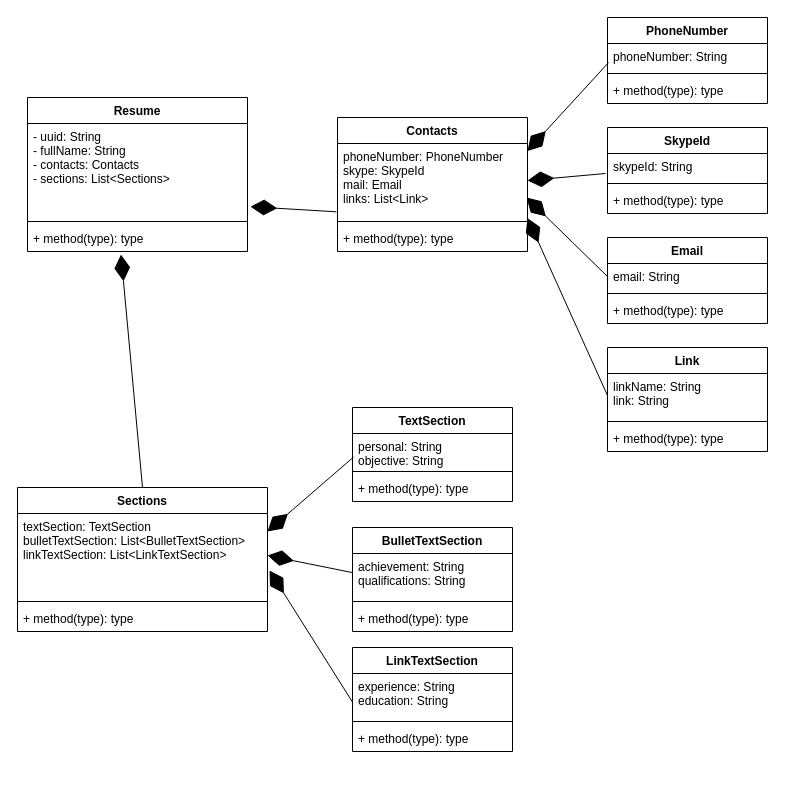
This is Untitled Diagram.drawio from yarmoiseev/basejava, a draw.io file, before an edit. Source tidied: cells renumbered, new cells numbered last; positions are measured from the earlier drawing's top-left corner, leaving out a move shared by most shapes. Both pictures are drawn from the tidied source at 100%, with x=0, y=0 at pixel (17, 17).
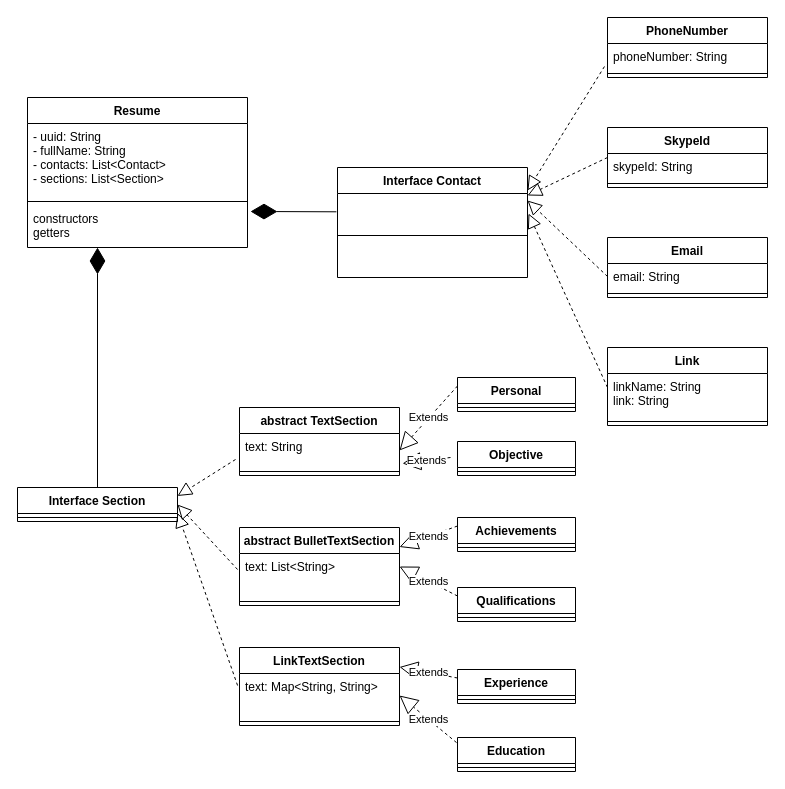
Above is the later version.

Unchanged cells that the change refers to:
```xml
<mxCell id="17" value="phoneNumber: String" style="text;strokeColor=none;fillColor=none;align=left;verticalAlign=top;spacingLeft=4;spacingRight=4;overflow=hidden;points=[[0,0.5],[1,0.5]];portConstraint=eastwest;" parent="16" vertex="1">
  <mxGeometry y="26" width="160" height="26" as="geometry" />
</mxCell>
<mxCell id="21" value="skypeId: String" style="text;strokeColor=none;fillColor=none;align=left;verticalAlign=top;spacingLeft=4;spacingRight=4;overflow=hidden;points=[[0,0.5],[1,0.5]];portConstraint=eastwest;" parent="20" vertex="1">
  <mxGeometry y="26" width="160" height="26" as="geometry" />
</mxCell>
<mxCell id="25" value="email: String" style="text;strokeColor=none;fillColor=none;align=left;verticalAlign=top;spacingLeft=4;spacingRight=4;overflow=hidden;points=[[0,0.5],[1,0.5]];portConstraint=eastwest;" parent="24" vertex="1">
  <mxGeometry y="26" width="160" height="26" as="geometry" />
</mxCell>
<mxCell id="29" value="linkName: String&#10;link: String" style="text;strokeColor=none;fillColor=none;align=left;verticalAlign=top;spacingLeft=4;spacingRight=4;overflow=hidden;points=[[0,0.5],[1,0.5]];portConstraint=eastwest;" parent="28" vertex="1">
  <mxGeometry y="26" width="160" height="44" as="geometry" />
</mxCell>
```

The edit, as a diff of the source:
```diff
@@
     <mxCell id="2" value="Resume" style="swimlane;fontStyle=1;align=center;verticalAlign=top;horizontal=1;startSize=26;" parent="1" vertex="1">
-      <mxGeometry x="10" y="80" width="220" height="154" as="geometry" />
+      <mxGeometry x="10" y="80" width="220" height="150" as="geometry" />
     </mxCell>
-    <mxCell id="3" value="- uuid: String&#10;- fullName: String&#10;- contacts: Contacts&#10;- sections: List&lt;Sections&gt;&#10;" style="text;strokeColor=none;fillColor=none;align=left;verticalAlign=top;spacingLeft=4;spacingRight=4;overflow=hidden;points=[[0,0.5],[1,0.5]];portConstraint=eastwest;" parent="2" vertex="1">
-      <mxGeometry y="26" width="220" height="94" as="geometry" />
+    <mxCell id="3" value="- uuid: String&#10;- fullName: String&#10;- contacts: List&lt;Contact&gt;&#10;- sections: List&lt;Section&gt;&#10;" style="text;strokeColor=none;fillColor=none;align=left;verticalAlign=top;spacingLeft=4;spacingRight=4;overflow=hidden;points=[[0,0.5],[1,0.5]];portConstraint=eastwest;" parent="2" vertex="1">
+      <mxGeometry y="26" width="220" height="74" as="geometry" />
     </mxCell>
     <mxCell id="4" style="line;strokeWidth=1;fillColor=none;align=left;verticalAlign=middle;spacingTop=-1;spacingLeft=3;spacingRight=3;labelPosition=right;" parent="2" vertex="1">
-      <mxGeometry y="120" width="220" height="8" as="geometry" />
+      <mxGeometry y="100" width="220" height="8" as="geometry" />
     </mxCell>
-    <mxCell id="5" value="+ method(type): type" style="text;strokeColor=none;fillColor=none;align=left;verticalAlign=top;spacingLeft=4;spacingRight=4;overflow=hidden;points=[[0,0.5],[1,0.5]];portConstraint=eastwest;" parent="2" vertex="1">
-      <mxGeometry y="128" width="220" height="26" as="geometry" />
+    <mxCell id="5" value="constructors&#10;getters" style="text;strokeColor=none;fillColor=none;align=left;verticalAlign=top;spacingLeft=4;spacingRight=4;overflow=hidden;points=[[0,0.5],[1,0.5]];portConstraint=eastwest;" parent="2" vertex="1">
+      <mxGeometry y="108" width="220" height="42" as="geometry" />
     </mxCell>
-    <mxCell id="6" value="Contacts" style="swimlane;fontStyle=1;align=center;verticalAlign=top;horizontal=1;startSize=26;" parent="1" vertex="1">
-      <mxGeometry x="320" y="100" width="190" height="134" as="geometry" />
+    <mxCell id="6" value="Interface Contact" style="swimlane;fontStyle=1;align=center;verticalAlign=top;horizontal=1;startSize=26;" parent="1" vertex="1">
+      <mxGeometry x="320" y="150" width="190" height="110" as="geometry" />
     </mxCell>
-    <mxCell id="7" value="phoneNumber: PhoneNumber&#10;skype: SkypeId&#10;mail: Email&#10;links: List&lt;Link&gt;&#10;" style="text;strokeColor=none;fillColor=none;align=left;verticalAlign=top;spacingLeft=4;spacingRight=4;overflow=hidden;points=[[0,0.5],[1,0.5]];portConstraint=eastwest;" parent="6" vertex="1">
-      <mxGeometry y="26" width="190" height="74" as="geometry" />
-    </mxCell>
     <mxCell id="8" style="line;strokeWidth=1;fillColor=none;align=left;verticalAlign=middle;spacingTop=-1;spacingLeft=3;spacingRight=3;labelPosition=right;" parent="6" vertex="1">
-      <mxGeometry y="100" width="190" height="8" as="geometry" />
+      <mxGeometry y="26" width="190" height="84" as="geometry" />
     </mxCell>
-    <mxCell id="9" value="+ method(type): type" style="text;strokeColor=none;fillColor=none;align=left;verticalAlign=top;spacingLeft=4;spacingRight=4;overflow=hidden;" parent="6" vertex="1">
-      <mxGeometry y="108" width="190" height="26" as="geometry" />
-    </mxCell>
-    <mxCell id="10" value="Sections" style="swimlane;fontStyle=1;align=center;verticalAlign=top;horizontal=1;startSize=26;" parent="1" vertex="1">
-      <mxGeometry y="470" width="250" height="144" as="geometry" />
+    <mxCell id="10" value="Interface Section" style="swimlane;fontStyle=1;align=center;verticalAlign=top;horizontal=1;startSize=26;" parent="1" vertex="1">
+      <mxGeometry y="470" width="160" height="34" as="geometry" />
     </mxCell>
-    <mxCell id="11" value="textSection: TextSection&#10;bulletTextSection: List&lt;BulletTextSection&gt;&#10;linkTextSection: List&lt;LinkTextSection&gt;&#10;&#10;" style="text;strokeColor=none;fillColor=none;align=left;verticalAlign=top;spacingLeft=4;spacingRight=4;overflow=hidden;points=[[0,0.5],[1,0.5]];portConstraint=eastwest;" parent="10" vertex="1">
-      <mxGeometry y="26" width="250" height="84" as="geometry" />
-    </mxCell>
     <mxCell id="12" style="line;strokeWidth=1;fillColor=none;align=left;verticalAlign=middle;spacingTop=-1;spacingLeft=3;spacingRight=3;labelPosition=right;" parent="10" vertex="1">
-      <mxGeometry y="110" width="250" height="8" as="geometry" />
+      <mxGeometry y="26" width="160" height="8" as="geometry" />
     </mxCell>
-    <mxCell id="13" value="+ method(type): type" style="text;strokeColor=none;fillColor=none;align=left;verticalAlign=top;spacingLeft=4;spacingRight=4;overflow=hidden;" parent="10" vertex="1">
-      <mxGeometry y="118" width="250" height="26" as="geometry" />
-    </mxCell>
-    <mxCell id="14" style="endArrow=diamondThin;endFill=1;endSize=24;html=1;rounded=0;exitX=0.5;exitY=0;exitDx=0;exitDy=0;entryX=0.425;entryY=1.115;entryDx=0;entryDy=0;entryPerimeter=0;" parent="1" edge="1" source="10" target="5">
-      <mxGeometry relative="1" as="geometry" />
+    <mxCell id="14" style="endArrow=diamondThin;endFill=1;endSize=24;html=1;rounded=0;exitX=0.5;exitY=0;exitDx=0;exitDy=0;" parent="1" edge="1" source="10">
+      <mxGeometry relative="1" as="geometry">
+        <mxPoint x="80" y="230" as="targetPoint" />
+      </mxGeometry>
     </mxCell>
-    <mxCell id="15" style="endArrow=diamondThin;endFill=1;endSize=24;html=1;rounded=0;entryX=1.013;entryY=0.885;entryDx=0;entryDy=0;entryPerimeter=0;exitX=-0.006;exitY=0.923;exitDx=0;exitDy=0;exitPerimeter=0;" parent="1" edge="1" source="7" target="3">
-      <mxGeometry relative="1" as="geometry" />
+    <mxCell id="15" style="endArrow=diamondThin;endFill=1;endSize=24;html=1;rounded=0;exitX=-0.006;exitY=0.923;exitDx=0;exitDy=0;exitPerimeter=0;" parent="1" edge="1">
+      <mxGeometry relative="1" as="geometry">
+        <mxPoint x="318.9" y="194.3" as="sourcePoint" />
+        <mxPoint x="233" y="194" as="targetPoint" />
+      </mxGeometry>
     </mxCell>
     <mxCell id="16" value="PhoneNumber" style="swimlane;fontStyle=1;align=center;verticalAlign=top;horizontal=1;startSize=26;" parent="1" vertex="1">
-      <mxGeometry x="590" width="160" height="86" as="geometry" />
+      <mxGeometry x="590" width="160" height="60" as="geometry" />
     </mxCell>
@@
-    <mxCell id="19" value="+ method(type): type" style="text;strokeColor=none;fillColor=none;align=left;verticalAlign=top;spacingLeft=4;spacingRight=4;overflow=hidden;" parent="16" vertex="1">
-      <mxGeometry y="60" width="160" height="26" as="geometry" />
-    </mxCell>
     <mxCell id="20" value="SkypeId" style="swimlane;fontStyle=1;align=center;verticalAlign=top;horizontal=1;startSize=26;" parent="1" vertex="1">
-      <mxGeometry x="590" y="110" width="160" height="86" as="geometry" />
+      <mxGeometry x="590" y="110" width="160" height="60" as="geometry" />
     </mxCell>
@@
-    <mxCell id="23" value="+ method(type): type" style="text;strokeColor=none;fillColor=none;align=left;verticalAlign=top;spacingLeft=4;spacingRight=4;overflow=hidden;" parent="20" vertex="1">
-      <mxGeometry y="60" width="160" height="26" as="geometry" />
-    </mxCell>
     <mxCell id="24" value="Email" style="swimlane;fontStyle=1;align=center;verticalAlign=top;horizontal=1;startSize=26;" parent="1" vertex="1">
-      <mxGeometry x="590" y="220" width="160" height="86" as="geometry" />
+      <mxGeometry x="590" y="220" width="160" height="60" as="geometry" />
     </mxCell>
@@
-    <mxCell id="27" value="+ method(type): type" style="text;strokeColor=none;fillColor=none;align=left;verticalAlign=top;spacingLeft=4;spacingRight=4;overflow=hidden;" parent="24" vertex="1">
-      <mxGeometry y="60" width="160" height="26" as="geometry" />
-    </mxCell>
     <mxCell id="28" value="Link" style="swimlane;fontStyle=1;align=center;verticalAlign=top;horizontal=1;startSize=26;" parent="1" vertex="1">
-      <mxGeometry x="590" y="330" width="160" height="104" as="geometry" />
+      <mxGeometry x="590" y="330" width="160" height="78" as="geometry" />
     </mxCell>
@@
-    <mxCell id="31" value="+ method(type): type" style="text;strokeColor=none;fillColor=none;align=left;verticalAlign=top;spacingLeft=4;spacingRight=4;overflow=hidden;" parent="28" vertex="1">
-      <mxGeometry y="78" width="160" height="26" as="geometry" />
-    </mxCell>
-    <mxCell id="32" style="endArrow=diamondThin;endFill=1;endSize=24;html=1;rounded=0;entryX=1;entryY=0.25;entryDx=0;entryDy=0;exitX=-0.006;exitY=0.923;exitDx=0;exitDy=0;exitPerimeter=0;" parent="1" edge="1" target="6">
-      <mxGeometry relative="1" as="geometry">
-        <mxPoint x="591" y="45.1" as="sourcePoint" />
-      </mxGeometry>
-    </mxCell>
-    <mxCell id="33" style="endArrow=diamondThin;endFill=1;endSize=24;html=1;rounded=0;entryX=1;entryY=0.5;entryDx=0;entryDy=0;exitX=-0.012;exitY=0.769;exitDx=0;exitDy=0;exitPerimeter=0;" parent="1" edge="1" source="21" target="7">
-      <mxGeometry relative="1" as="geometry" />
-    </mxCell>
-    <mxCell id="34" style="endArrow=diamondThin;endFill=1;endSize=24;html=1;rounded=0;entryX=0.995;entryY=0.73;entryDx=0;entryDy=0;exitX=0;exitY=0.5;exitDx=0;exitDy=0;entryPerimeter=0;" parent="1" edge="1" source="25" target="7">
-      <mxGeometry relative="1" as="geometry" />
-    </mxCell>
-    <mxCell id="35" style="endArrow=diamondThin;endFill=1;endSize=24;html=1;rounded=0;entryX=1;entryY=0.75;entryDx=0;entryDy=0;exitX=0;exitY=0.5;exitDx=0;exitDy=0;" parent="1" edge="1" source="29" target="6">
-      <mxGeometry relative="1" as="geometry" />
-    </mxCell>
     <mxCell id="36" value="LinkTextSection" style="swimlane;fontStyle=1;align=center;verticalAlign=top;horizontal=1;startSize=26;" parent="1" vertex="1">
-      <mxGeometry x="335" y="630" width="160" height="104" as="geometry" />
+      <mxGeometry x="222" y="630" width="160" height="78" as="geometry" />
     </mxCell>
-    <mxCell id="37" value="experience: String&#10;education: String" style="text;strokeColor=none;fillColor=none;align=left;verticalAlign=top;spacingLeft=4;spacingRight=4;overflow=hidden;points=[[0,0.5],[1,0.5]];portConstraint=eastwest;" parent="36" vertex="1">
+    <mxCell id="37" value="text: Map&lt;String, String&gt;" style="text;strokeColor=none;fillColor=none;align=left;verticalAlign=top;spacingLeft=4;spacingRight=4;overflow=hidden;points=[[0,0.5],[1,0.5]];portConstraint=eastwest;" parent="36" vertex="1">
       <mxGeometry y="26" width="160" height="44" as="geometry" />
     </mxCell>
@@
-    <mxCell id="39" value="+ method(type): type" style="text;strokeColor=none;fillColor=none;align=left;verticalAlign=top;spacingLeft=4;spacingRight=4;overflow=hidden;" parent="36" vertex="1">
-      <mxGeometry y="78" width="160" height="26" as="geometry" />
-    </mxCell>
-    <mxCell id="40" value="BulletTextSection" style="swimlane;fontStyle=1;align=center;verticalAlign=top;horizontal=1;startSize=26;" parent="1" vertex="1">
-      <mxGeometry x="335" y="510" width="160" height="104" as="geometry" />
+    <mxCell id="40" value="abstract BulletTextSection" style="swimlane;fontStyle=1;align=center;verticalAlign=top;horizontal=1;startSize=26;" parent="1" vertex="1">
+      <mxGeometry x="222" y="510" width="160" height="78" as="geometry" />
     </mxCell>
-    <mxCell id="41" value="achievement: String&#10;qualifications: String" style="text;strokeColor=none;fillColor=none;align=left;verticalAlign=top;spacingLeft=4;spacingRight=4;overflow=hidden;points=[[0,0.5],[1,0.5]];portConstraint=eastwest;" parent="40" vertex="1">
+    <mxCell id="41" value="text: List&lt;String&gt;" style="text;strokeColor=none;fillColor=none;align=left;verticalAlign=top;spacingLeft=4;spacingRight=4;overflow=hidden;points=[[0,0.5],[1,0.5]];portConstraint=eastwest;" parent="40" vertex="1">
       <mxGeometry y="26" width="160" height="44" as="geometry" />
     </mxCell>
@@
-    <mxCell id="43" value="+ method(type): type" style="text;strokeColor=none;fillColor=none;align=left;verticalAlign=top;spacingLeft=4;spacingRight=4;overflow=hidden;" parent="40" vertex="1">
-      <mxGeometry y="78" width="160" height="26" as="geometry" />
-    </mxCell>
-    <mxCell id="44" value="TextSection" style="swimlane;fontStyle=1;align=center;verticalAlign=top;horizontal=1;startSize=26;" parent="1" vertex="1">
-      <mxGeometry x="335" y="390" width="160" height="94" as="geometry" />
+    <mxCell id="44" value="abstract TextSection" style="swimlane;fontStyle=1;align=center;verticalAlign=top;horizontal=1;startSize=26;" parent="1" vertex="1">
+      <mxGeometry x="222" y="390" width="160" height="68" as="geometry" />
     </mxCell>
-    <mxCell id="45" value="personal: String&#10;objective: String" style="text;strokeColor=none;fillColor=none;align=left;verticalAlign=top;spacingLeft=4;spacingRight=4;overflow=hidden;points=[[0,0.5],[1,0.5]];portConstraint=eastwest;" parent="44" vertex="1">
+    <mxCell id="45" value="text: String" style="text;strokeColor=none;fillColor=none;align=left;verticalAlign=top;spacingLeft=4;spacingRight=4;overflow=hidden;points=[[0,0.5],[1,0.5]];portConstraint=eastwest;" parent="44" vertex="1">
       <mxGeometry y="26" width="160" height="34" as="geometry" />
     </mxCell>
@@
-    <mxCell id="47" value="+ method(type): type" style="text;strokeColor=none;fillColor=none;align=left;verticalAlign=top;spacingLeft=4;spacingRight=4;overflow=hidden;" parent="44" vertex="1">
-      <mxGeometry y="68" width="160" height="26" as="geometry" />
-    </mxCell>
-    <mxCell id="48" style="endArrow=diamondThin;endFill=1;endSize=24;html=1;rounded=0;entryX=1;entryY=0.214;entryDx=0;entryDy=0;entryPerimeter=0;exitX=-0.006;exitY=0.923;exitDx=0;exitDy=0;exitPerimeter=0;" parent="1" edge="1" target="11">
-      <mxGeometry relative="1" as="geometry">
-        <mxPoint x="336" y="439.6" as="sourcePoint" />
-      </mxGeometry>
-    </mxCell>
-    <mxCell id="49" style="endArrow=diamondThin;endFill=1;endSize=24;html=1;rounded=0;exitX=-0.006;exitY=0.923;exitDx=0;exitDy=0;exitPerimeter=0;entryX=1;entryY=0.5;entryDx=0;entryDy=0;" parent="1" edge="1" target="11">
-      <mxGeometry relative="1" as="geometry">
-        <mxPoint x="335" y="555.1" as="sourcePoint" />
-      </mxGeometry>
-    </mxCell>
-    <mxCell id="50" style="endArrow=diamondThin;endFill=1;endSize=24;html=1;rounded=0;entryX=1.008;entryY=0.679;entryDx=0;entryDy=0;entryPerimeter=0;exitX=-0.006;exitY=0.923;exitDx=0;exitDy=0;exitPerimeter=0;" parent="1" edge="1" target="11">
-      <mxGeometry relative="1" as="geometry">
-        <mxPoint x="335" y="684.6" as="sourcePoint" />
-      </mxGeometry>
-    </mxCell>
+    <mxCell id="51" style="endArrow=block;dashed=1;endFill=0;endSize=12;html=1;rounded=0;entryX=1;entryY=0.635;entryDx=0;entryDy=0;entryPerimeter=0;exitX=-0.019;exitY=0.885;exitDx=0;exitDy=0;exitPerimeter=0;" parent="1" edge="1" source="17">
+      <mxGeometry relative="1" as="geometry">
+        <mxPoint x="510" y="173" as="targetPoint" />
+      </mxGeometry>
+    </mxCell>
+    <mxCell id="52" style="endArrow=block;dashed=1;endFill=0;endSize=12;html=1;rounded=0;entryX=1;entryY=0.703;entryDx=0;entryDy=0;entryPerimeter=0;exitX=0;exitY=0.5;exitDx=0;exitDy=0;" parent="1" edge="1" source="20">
+      <mxGeometry relative="1" as="geometry">
+        <mxPoint x="510" y="178" as="targetPoint" />
+      </mxGeometry>
+    </mxCell>
+    <mxCell id="53" style="endArrow=block;dashed=1;endFill=0;endSize=12;html=1;rounded=0;entryX=1;entryY=0.77;entryDx=0;entryDy=0;entryPerimeter=0;exitX=0;exitY=0.5;exitDx=0;exitDy=0;" parent="1" edge="1" source="25">
+      <mxGeometry relative="1" as="geometry">
+        <mxPoint x="510" y="183" as="targetPoint" />
+      </mxGeometry>
+    </mxCell>
+    <mxCell id="54" style="endArrow=block;dashed=1;endFill=0;endSize=12;html=1;rounded=0;exitX=0;exitY=0.318;exitDx=0;exitDy=0;exitPerimeter=0;entryX=1.005;entryY=0.946;entryDx=0;entryDy=0;entryPerimeter=0;" parent="1" edge="1" source="29">
+      <mxGeometry relative="1" as="geometry">
+        <mxPoint x="511" y="196" as="targetPoint" />
+      </mxGeometry>
+    </mxCell>
+    <mxCell id="55" value="Education" style="swimlane;fontStyle=1;align=center;verticalAlign=top;horizontal=1;startSize=26;" parent="1" vertex="1">
+      <mxGeometry x="440" y="720" width="118" height="34" as="geometry" />
+    </mxCell>
+    <mxCell id="56" style="line;strokeWidth=1;fillColor=none;align=left;verticalAlign=middle;spacingTop=-1;spacingLeft=3;spacingRight=3;labelPosition=right;" parent="55" vertex="1">
+      <mxGeometry y="26" width="118" height="8" as="geometry" />
+    </mxCell>
+    <mxCell id="57" value="Achievements" style="swimlane;fontStyle=1;align=center;verticalAlign=top;horizontal=1;startSize=26;" parent="1" vertex="1">
+      <mxGeometry x="440" y="500" width="118" height="34" as="geometry" />
+    </mxCell>
+    <mxCell id="58" style="line;strokeWidth=1;fillColor=none;align=left;verticalAlign=middle;spacingTop=-1;spacingLeft=3;spacingRight=3;labelPosition=right;" parent="57" vertex="1">
+      <mxGeometry y="26" width="118" height="8" as="geometry" />
+    </mxCell>
+    <mxCell id="59" value="Personal" style="swimlane;fontStyle=1;align=center;verticalAlign=top;horizontal=1;startSize=26;" parent="1" vertex="1">
+      <mxGeometry x="440" y="360" width="118" height="34" as="geometry" />
+    </mxCell>
+    <mxCell id="60" style="line;strokeWidth=1;fillColor=none;align=left;verticalAlign=middle;spacingTop=-1;spacingLeft=3;spacingRight=3;labelPosition=right;" parent="59" vertex="1">
+      <mxGeometry y="26" width="118" height="8" as="geometry" />
+    </mxCell>
+    <mxCell id="61" value="Objective" style="swimlane;fontStyle=1;align=center;verticalAlign=top;horizontal=1;startSize=26;" parent="1" vertex="1">
+      <mxGeometry x="440" y="424" width="118" height="34" as="geometry" />
+    </mxCell>
+    <mxCell id="62" style="line;strokeWidth=1;fillColor=none;align=left;verticalAlign=middle;spacingTop=-1;spacingLeft=3;spacingRight=3;labelPosition=right;" parent="61" vertex="1">
+      <mxGeometry y="26" width="118" height="8" as="geometry" />
+    </mxCell>
+    <mxCell id="63" value="Qualifications" style="swimlane;fontStyle=1;align=center;verticalAlign=top;horizontal=1;startSize=26;" parent="1" vertex="1">
+      <mxGeometry x="440" y="570" width="118" height="34" as="geometry" />
+    </mxCell>
+    <mxCell id="64" style="line;strokeWidth=1;fillColor=none;align=left;verticalAlign=middle;spacingTop=-1;spacingLeft=3;spacingRight=3;labelPosition=right;" parent="63" vertex="1">
+      <mxGeometry y="26" width="118" height="8" as="geometry" />
+    </mxCell>
+    <mxCell id="65" value="Experience" style="swimlane;fontStyle=1;align=center;verticalAlign=top;horizontal=1;startSize=26;" parent="1" vertex="1">
+      <mxGeometry x="440" y="652" width="118" height="34" as="geometry" />
+    </mxCell>
+    <mxCell id="66" style="line;strokeWidth=1;fillColor=none;align=left;verticalAlign=middle;spacingTop=-1;spacingLeft=3;spacingRight=3;labelPosition=right;" parent="65" vertex="1">
+      <mxGeometry y="26" width="118" height="8" as="geometry" />
+    </mxCell>
+    <mxCell id="67" style="endArrow=block;dashed=1;endFill=0;endSize=12;html=1;rounded=0;exitX=-0.025;exitY=0.765;exitDx=0;exitDy=0;exitPerimeter=0;entryX=1;entryY=0.25;entryDx=0;entryDy=0;" parent="1" edge="1" source="45" target="10">
+      <mxGeometry relative="1" as="geometry" />
+    </mxCell>
+    <mxCell id="68" style="endArrow=block;dashed=1;endFill=0;endSize=12;html=1;rounded=0;exitX=-0.012;exitY=0.364;exitDx=0;exitDy=0;exitPerimeter=0;entryX=1;entryY=0.5;entryDx=0;entryDy=0;" parent="1" edge="1" source="41" target="10">
+      <mxGeometry relative="1" as="geometry" />
+    </mxCell>
+    <mxCell id="69" style="endArrow=block;dashed=1;endFill=0;endSize=12;html=1;rounded=0;exitX=-0.012;exitY=0.273;exitDx=0;exitDy=0;exitPerimeter=0;entryX=1;entryY=0.75;entryDx=0;entryDy=0;" parent="1" edge="1" source="37" target="10">
+      <mxGeometry relative="1" as="geometry" />
+    </mxCell>
+    <mxCell id="70" value="Extends" style="endArrow=block;endSize=16;endFill=0;html=1;rounded=0;dashed=1;exitX=0;exitY=0.25;exitDx=0;exitDy=0;entryX=1;entryY=0.5;entryDx=0;entryDy=0;" parent="1" edge="1" source="59" target="45">
+      <mxGeometry relative="1" as="geometry" />
+    </mxCell>
+    <mxCell id="71" value="Extends" style="endArrow=block;endSize=16;endFill=0;html=1;rounded=0;dashed=1;entryX=1.019;entryY=0.882;entryDx=0;entryDy=0;entryPerimeter=0;" parent="1" edge="1" target="45">
+      <mxGeometry relative="1" as="geometry">
+        <mxPoint x="433" y="440" as="sourcePoint" />
+      </mxGeometry>
+    </mxCell>
+    <mxCell id="72" value="Extends" style="endArrow=block;endSize=16;endFill=0;html=1;rounded=0;dashed=1;entryX=1;entryY=0.25;entryDx=0;entryDy=0;exitX=0;exitY=0.25;exitDx=0;exitDy=0;" parent="1" edge="1" source="57" target="40">
+      <mxGeometry relative="1" as="geometry" />
+    </mxCell>
+    <mxCell id="73" value="Extends" style="endArrow=block;endSize=16;endFill=0;html=1;rounded=0;dashed=1;entryX=1;entryY=0.5;entryDx=0;entryDy=0;exitX=0;exitY=0.25;exitDx=0;exitDy=0;" parent="1" edge="1" source="63" target="40">
+      <mxGeometry relative="1" as="geometry" />
+    </mxCell>
+    <mxCell id="74" value="Extends" style="endArrow=block;endSize=16;endFill=0;html=1;rounded=0;dashed=1;entryX=1;entryY=0.25;entryDx=0;entryDy=0;exitX=0;exitY=0.25;exitDx=0;exitDy=0;" parent="1" edge="1" source="65" target="36">
+      <mxGeometry relative="1" as="geometry" />
+    </mxCell>
+    <mxCell id="75" value="Extends" style="endArrow=block;endSize=16;endFill=0;html=1;rounded=0;dashed=1;entryX=1;entryY=0.5;entryDx=0;entryDy=0;exitX=-0.008;exitY=0.15;exitDx=0;exitDy=0;exitPerimeter=0;" parent="1" edge="1" source="55" target="37">
+      <mxGeometry relative="1" as="geometry" />
+    </mxCell>
```
